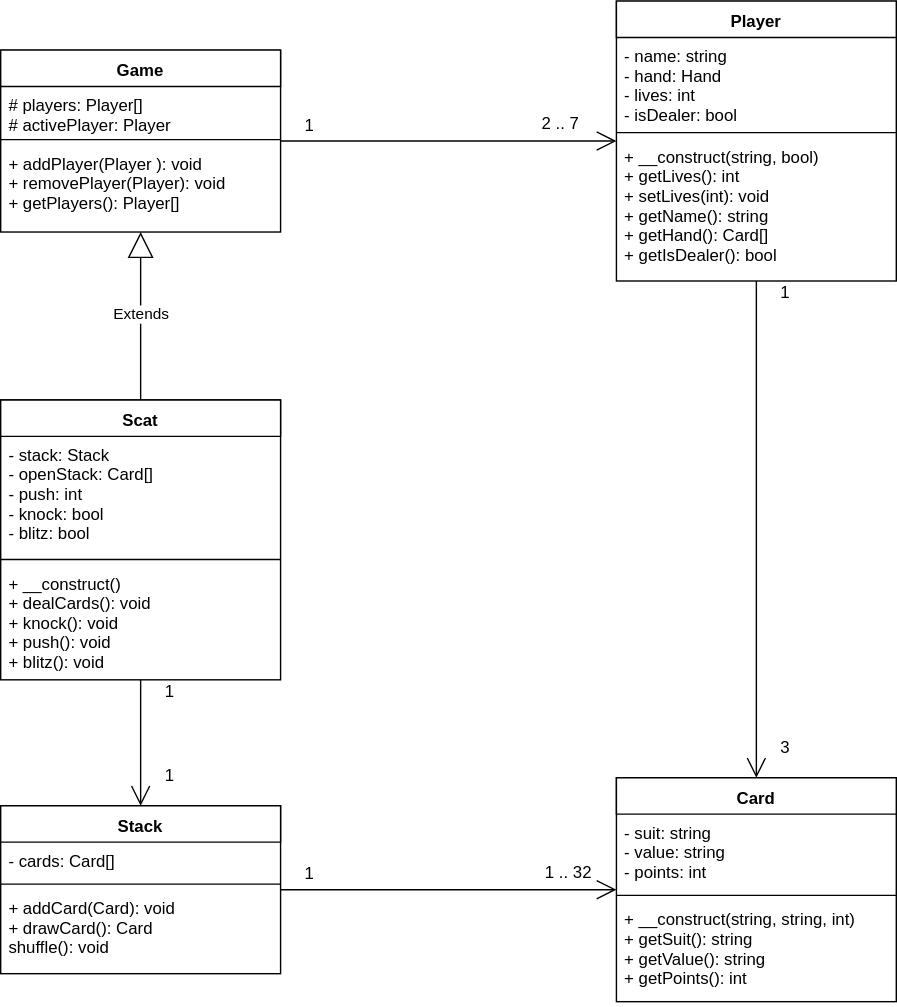
Above: docs/Class Diagram.svg in jhansen666/swim (draw.io), before the change. Source tidied: cells renumbered, new cells last; positions are measured from the earlier drawing's top-left corner, leaving out a move shared by most shapes. The source it was exported from:
```xml
<mxGraphModel background="#ffffff">
  <root>
    <mxCell id="0" />
    <mxCell id="1" parent="0" />
    <mxCell id="2" value="Game" style="swimlane;fontStyle=1;align=center;verticalAlign=top;horizontal=1;startSize=26;swimlaneFillColor=#ffffff;" parent="1" vertex="1">
      <mxGeometry y="35" width="200" height="130" as="geometry" />
    </mxCell>
    <mxCell id="3" value="# players: Player[]&#10;# activePlayer: Player" style="text;strokeColor=none;fillColor=none;align=left;verticalAlign=top;spacingLeft=4;spacingRight=4;overflow=hidden;" parent="2" vertex="1">
      <mxGeometry y="26" width="200" height="34" as="geometry" />
    </mxCell>
    <mxCell id="4" style="line;strokeWidth=1;fillColor=none;align=left;verticalAlign=middle;spacingTop=-1;spacingLeft=3;spacingRight=3;labelPosition=right;" parent="2" vertex="1">
      <mxGeometry y="60" width="200" height="8" as="geometry" />
    </mxCell>
    <mxCell id="5" value="+ addPlayer(Player ): void&#10;+ removePlayer(Player): void&#10;+ getPlayers(): Player[]" style="text;strokeColor=none;fillColor=none;align=left;verticalAlign=top;spacingLeft=4;spacingRight=4;overflow=hidden;" parent="2" vertex="1">
      <mxGeometry y="68" width="200" height="62" as="geometry" />
    </mxCell>
    <mxCell id="6" value="Player" style="swimlane;fontStyle=1;align=center;verticalAlign=top;horizontal=1;startSize=26;swimlaneFillColor=#ffffff;" parent="1" vertex="1">
      <mxGeometry x="440" width="200" height="200" as="geometry" />
    </mxCell>
    <mxCell id="7" value="- name: string&#10;- hand: Hand&#10;- lives: int&#10;- isDealer: bool" style="text;strokeColor=none;fillColor=none;align=left;verticalAlign=top;spacingLeft=4;spacingRight=4;overflow=hidden;" parent="6" vertex="1">
      <mxGeometry y="26" width="200" height="64" as="geometry" />
    </mxCell>
    <mxCell id="8" style="line;strokeWidth=1;fillColor=none;align=left;verticalAlign=middle;spacingTop=-1;spacingLeft=3;spacingRight=3;labelPosition=right;" parent="6" vertex="1">
      <mxGeometry y="90" width="200" height="8" as="geometry" />
    </mxCell>
    <mxCell id="9" value="+ __construct(string, bool)&#10;+ getLives(): int&#10;+ setLives(int): void&#10;+ getName(): string&#10;+ getHand(): Card[]&#10;+ getIsDealer(): bool&#10;" style="text;strokeColor=none;fillColor=none;align=left;verticalAlign=top;spacingLeft=4;spacingRight=4;overflow=hidden;" parent="6" vertex="1">
      <mxGeometry y="98" width="200" height="102" as="geometry" />
    </mxCell>
    <mxCell id="10" value="Stack" style="swimlane;fontStyle=1;align=center;verticalAlign=top;horizontal=1;startSize=26;swimlaneFillColor=#ffffff;" parent="1" vertex="1">
      <mxGeometry y="575" width="200" height="120" as="geometry" />
    </mxCell>
    <mxCell id="11" value="- cards: Card[]" style="text;strokeColor=none;fillColor=none;align=left;verticalAlign=top;spacingLeft=4;spacingRight=4;overflow=hidden;" parent="10" vertex="1">
      <mxGeometry y="26" width="200" height="26" as="geometry" />
    </mxCell>
    <mxCell id="12" style="line;strokeWidth=1;fillColor=none;align=left;verticalAlign=middle;spacingTop=-1;spacingLeft=3;spacingRight=3;labelPosition=right;" parent="10" vertex="1">
      <mxGeometry y="52" width="200" height="8" as="geometry" />
    </mxCell>
    <mxCell id="13" value="+ addCard(Card): void&#10;+ drawCard(): Card&#10;shuffle(): void" style="text;strokeColor=none;fillColor=none;align=left;verticalAlign=top;spacingLeft=4;spacingRight=4;overflow=hidden;" parent="10" vertex="1">
      <mxGeometry y="60" width="200" height="60" as="geometry" />
    </mxCell>
    <mxCell id="14" value="Card" style="swimlane;fontStyle=1;align=center;verticalAlign=top;horizontal=1;startSize=26;swimlaneFillColor=#ffffff;" parent="1" vertex="1">
      <mxGeometry x="440" y="555" width="200" height="160" as="geometry" />
    </mxCell>
    <mxCell id="15" value="- suit: string&#10;- value: string&#10;- points: int" style="text;strokeColor=none;fillColor=none;align=left;verticalAlign=top;spacingLeft=4;spacingRight=4;overflow=hidden;" parent="14" vertex="1">
      <mxGeometry y="26" width="200" height="54" as="geometry" />
    </mxCell>
    <mxCell id="16" style="line;strokeWidth=1;fillColor=none;align=left;verticalAlign=middle;spacingTop=-1;spacingLeft=3;spacingRight=3;labelPosition=right;" parent="14" vertex="1">
      <mxGeometry y="80" width="200" height="8" as="geometry" />
    </mxCell>
    <mxCell id="17" value="+ __construct(string, string, int)&#10;+ getSuit(): string&#10;+ getValue(): string&#10;+ getPoints(): int" style="text;strokeColor=none;fillColor=none;align=left;verticalAlign=top;spacingLeft=4;spacingRight=4;overflow=hidden;" parent="14" vertex="1">
      <mxGeometry y="88" width="200" height="72" as="geometry" />
    </mxCell>
    <mxCell id="18" value="Scat" style="swimlane;fontStyle=1;align=center;verticalAlign=top;horizontal=1;startSize=26;swimlaneFillColor=#ffffff;" parent="1" vertex="1">
      <mxGeometry y="285" width="200" height="200" as="geometry" />
    </mxCell>
    <mxCell id="19" value="- stack: Stack&#10;- openStack: Card[]&#10;- push: int&#10;- knock: bool&#10;- blitz: bool" style="text;strokeColor=none;fillColor=none;align=left;verticalAlign=top;spacingLeft=4;spacingRight=4;overflow=hidden;" parent="18" vertex="1">
      <mxGeometry y="26" width="200" height="84" as="geometry" />
    </mxCell>
    <mxCell id="20" style="line;strokeWidth=1;fillColor=none;align=left;verticalAlign=middle;spacingTop=-1;spacingLeft=3;spacingRight=3;labelPosition=right;" parent="18" vertex="1">
      <mxGeometry y="110" width="200" height="8" as="geometry" />
    </mxCell>
    <mxCell id="21" value="+ __construct()&#10;+ dealCards(): void&#10;+ knock(): void&#10;+ push(): void&#10;+ blitz(): void" style="text;strokeColor=none;fillColor=none;align=left;verticalAlign=top;spacingLeft=4;spacingRight=4;overflow=hidden;" parent="18" vertex="1">
      <mxGeometry y="118" width="200" height="82" as="geometry" />
    </mxCell>
    <mxCell id="22" value="Extends" style="endArrow=block;endSize=16;endFill=0;html=1;" parent="1" edge="1" source="18" target="2">
      <mxGeometry relative="1" as="geometry" />
    </mxCell>
    <mxCell id="23" style="endArrow=open;endFill=1;endSize=12;html=1;" parent="1" edge="1" source="2" target="6">
      <mxGeometry relative="1" as="geometry" />
    </mxCell>
    <mxCell id="24" value="1" style="text;html=1;strokeColor=none;fillColor=none;align=center;verticalAlign=middle;whiteSpace=wrap;" parent="1" vertex="1">
      <mxGeometry x="200" y="80" width="40" height="20" as="geometry" />
    </mxCell>
    <mxCell id="25" value="2 .. 7" style="text;html=1;align=left;verticalAlign=top;spacingTop=-4;" parent="1" vertex="1">
      <mxGeometry x="385" y="80" width="40" height="20" as="geometry" />
    </mxCell>
    <mxCell id="26" style="endArrow=open;endFill=1;endSize=12;html=1;" parent="1" edge="1" source="18" target="10">
      <mxGeometry relative="1" as="geometry" />
    </mxCell>
    <mxCell id="27" value="1" style="text;html=1;strokeColor=none;fillColor=none;align=center;verticalAlign=middle;whiteSpace=wrap;" parent="1" vertex="1">
      <mxGeometry x="100" y="485" width="40" height="20" as="geometry" />
    </mxCell>
    <mxCell id="28" value="1" style="text;html=1;strokeColor=none;fillColor=none;align=center;verticalAlign=middle;whiteSpace=wrap;" parent="1" vertex="1">
      <mxGeometry x="100" y="545" width="40" height="20" as="geometry" />
    </mxCell>
    <mxCell id="29" style="endArrow=open;endFill=1;endSize=12;html=1;" parent="1" edge="1" source="10" target="14">
      <mxGeometry relative="1" as="geometry" />
    </mxCell>
    <mxCell id="30" value="1" style="text;html=1;strokeColor=none;fillColor=none;align=center;verticalAlign=middle;whiteSpace=wrap;" parent="1" vertex="1">
      <mxGeometry x="200" y="615" width="40" height="20" as="geometry" />
    </mxCell>
    <mxCell id="31" value="1 .. 32" style="text;html=1;strokeColor=none;fillColor=none;align=center;verticalAlign=middle;whiteSpace=wrap;" parent="1" vertex="1">
      <mxGeometry x="385" y="614" width="40" height="20" as="geometry" />
    </mxCell>
    <mxCell id="32" style="endArrow=open;endFill=1;endSize=12;html=1;" parent="1" edge="1" source="6" target="14">
      <mxGeometry relative="1" as="geometry" />
    </mxCell>
    <mxCell id="33" value="1" style="text;html=1;strokeColor=none;fillColor=none;align=center;verticalAlign=middle;whiteSpace=wrap;" parent="1" vertex="1">
      <mxGeometry x="540" y="200" width="40" height="20" as="geometry" />
    </mxCell>
    <mxCell id="34" value="3" style="text;html=1;strokeColor=none;fillColor=none;align=center;verticalAlign=middle;whiteSpace=wrap;" parent="1" vertex="1">
      <mxGeometry x="540" y="525" width="40" height="20" as="geometry" />
    </mxCell>
  </root>
</mxGraphModel>
```
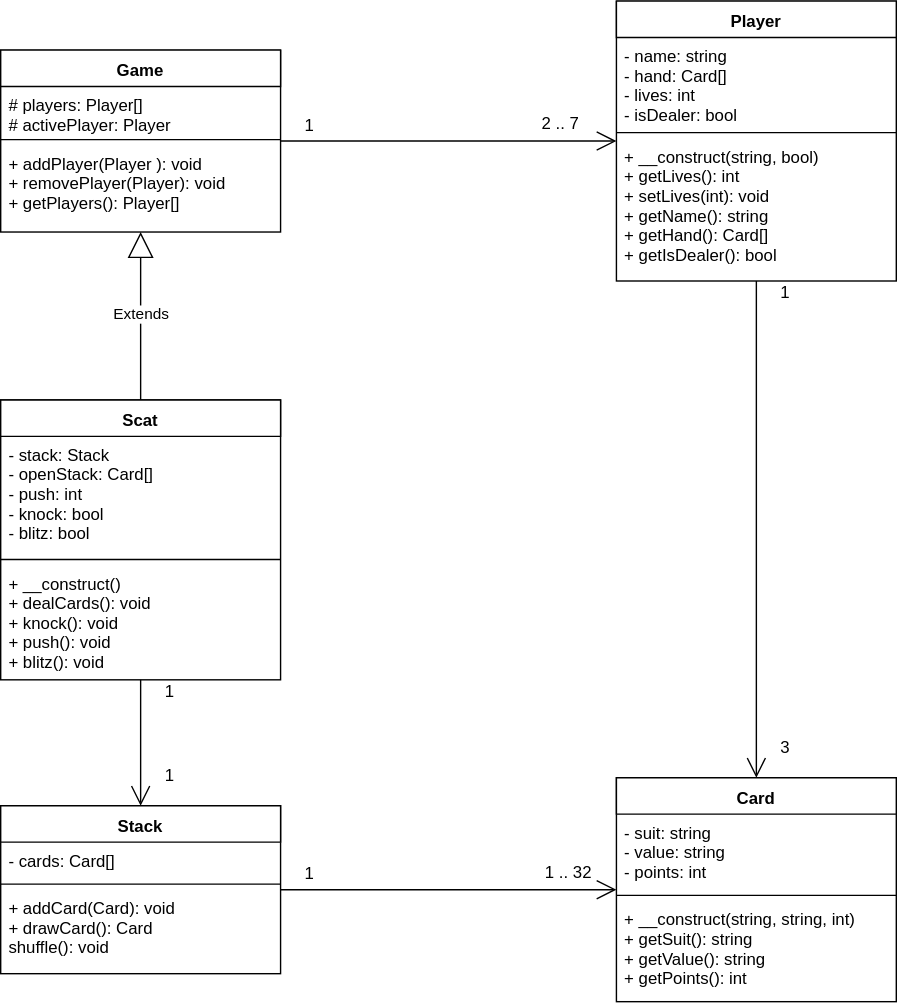
The same file after the commit.

The edit, as a diff of the source:
```diff
@@ -17,7 +17,7 @@
     <mxCell id="6" value="Player" style="swimlane;fontStyle=1;align=center;verticalAlign=top;horizontal=1;startSize=26;swimlaneFillColor=#ffffff;" parent="1" vertex="1">
       <mxGeometry x="440" width="200" height="200" as="geometry" />
     </mxCell>
-    <mxCell id="7" value="- name: string&#10;- hand: Hand&#10;- lives: int&#10;- isDealer: bool" style="text;strokeColor=none;fillColor=none;align=left;verticalAlign=top;spacingLeft=4;spacingRight=4;overflow=hidden;" parent="6" vertex="1">
+    <mxCell id="7" value="- name: string&#10;- hand: Card[]&#10;- lives: int&#10;- isDealer: bool" style="text;strokeColor=none;fillColor=none;align=left;verticalAlign=top;spacingLeft=4;spacingRight=4;overflow=hidden;" parent="6" vertex="1">
       <mxGeometry y="26" width="200" height="64" as="geometry" />
     </mxCell>
     <mxCell id="8" style="line;strokeWidth=1;fillColor=none;align=left;verticalAlign=middle;spacingTop=-1;spacingLeft=3;spacingRight=3;labelPosition=right;" parent="6" vertex="1">
```
